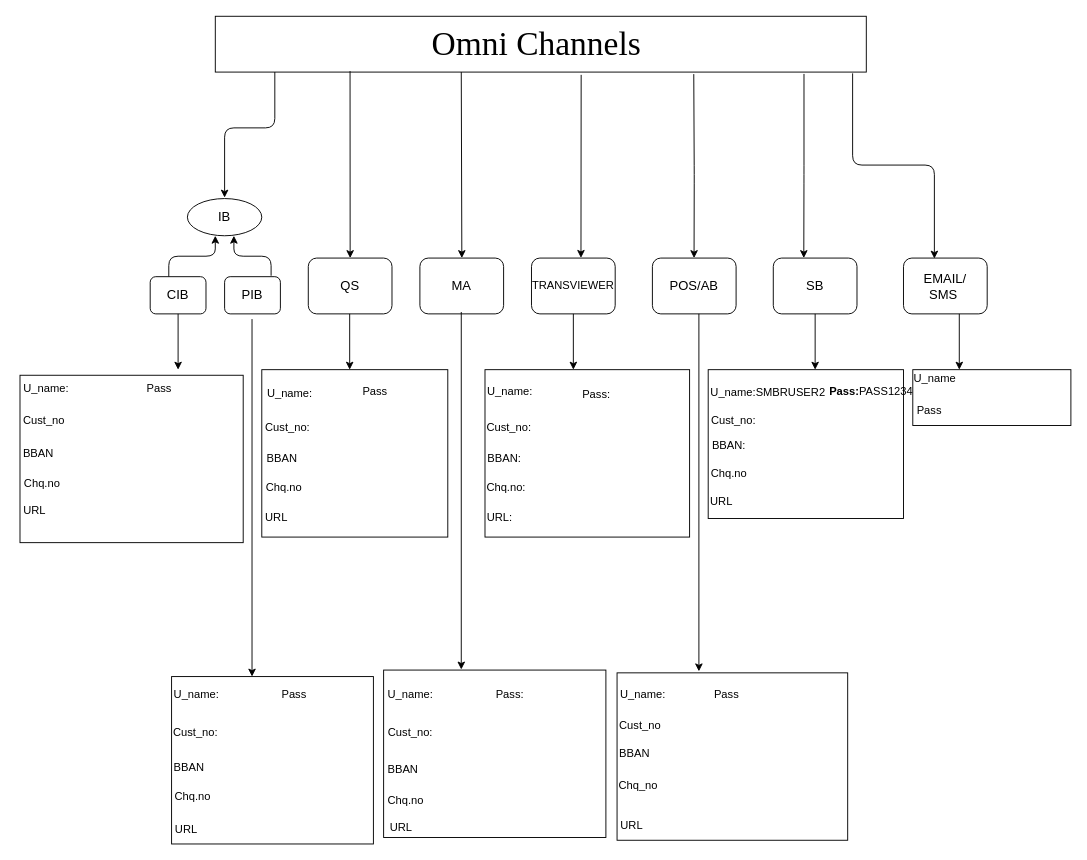
Earlier version of the draw.io diagram Untitled Diagram.drawio (hephzibah-hub/example---repo). Source tidied: cells renumbered, new cells numbered last; positions are measured from the earlier drawing's top-left corner, leaving out a move shared by most shapes. Both pictures are drawn from the tidied source at 93%, with x=0, y=0 at pixel (16, 16).
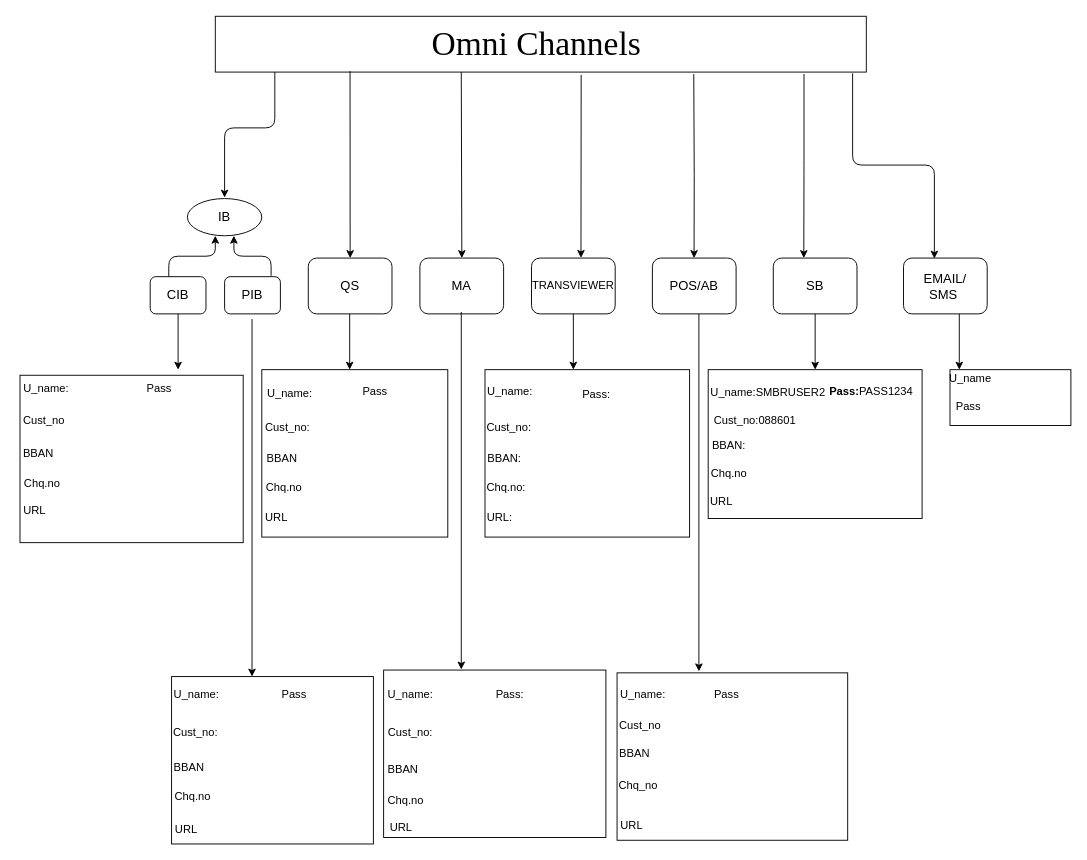
The same diagram, later.

The edit, as a diff of the source:
```diff
@@
     <mxCell id="22" style="rounded=0;whiteSpace=wrap;html=1;align=left;" parent="1" vertex="1">
-      <mxGeometry x="744" y="380" width="210" height="160" as="geometry" />
+      <mxGeometry x="744" y="380" width="230" height="160" as="geometry" />
     </mxCell>
@@
-    <mxCell id="24" value="Cust_no:" style="text;html=1;align=center;verticalAlign=middle;" parent="1" vertex="1">
-      <mxGeometry x="741" y="425" width="60" height="20" as="geometry" />
+    <mxCell id="24" value="Cust_no:088601" style="text;html=1;align=center;verticalAlign=middle;" parent="1" vertex="1">
+      <mxGeometry x="744" y="425" width="100" height="20" as="geometry" />
     </mxCell>
@@
     <mxCell id="42" style="rounded=0;whiteSpace=wrap;html=1;align=left;" parent="1" vertex="1">
-      <mxGeometry x="964" y="380" width="170" height="60" as="geometry" />
+      <mxGeometry x="1004" y="380" width="130" height="60" as="geometry" />
     </mxCell>
@@
     <mxCell id="56" value="U_name" style="text;html=1;strokeColor=none;fillColor=none;align=center;verticalAlign=middle;whiteSpace=wrap;rounded=0;" parent="1" vertex="1">
-      <mxGeometry x="968" y="380" width="40" height="20" as="geometry" />
+      <mxGeometry x="1004" y="380" width="44" height="20" as="geometry" />
     </mxCell>
     <mxCell id="57" value="Pass" style="text;html=1;strokeColor=none;fillColor=none;align=center;verticalAlign=middle;whiteSpace=wrap;rounded=0;" parent="1" vertex="1">
-      <mxGeometry x="962" y="414" width="40" height="20" as="geometry" />
+      <mxGeometry x="1004" y="410" width="40" height="20" as="geometry" />
     </mxCell>
```
